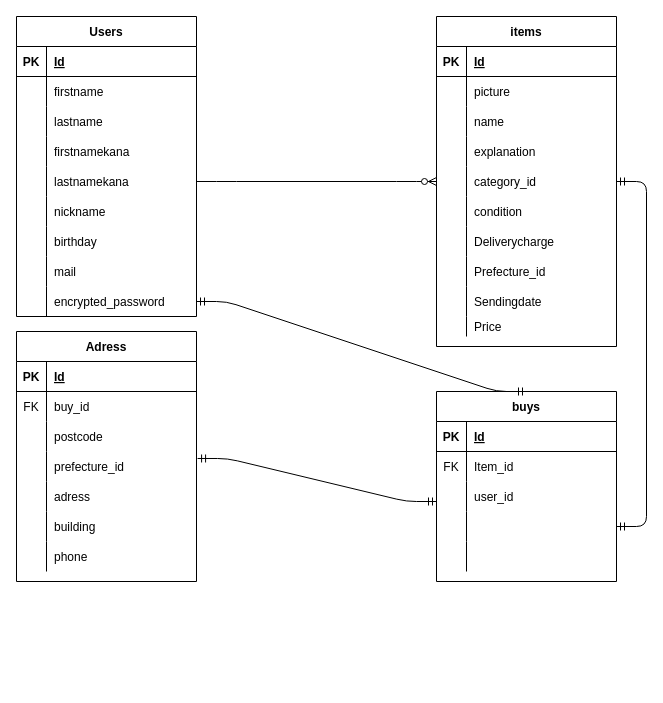
The draw.io diagram app/controllers/ER.dio in fuchaan/furima-38284, before the edit. Source tidied: cells renumbered, new cells numbered last; positions are measured from the earlier drawing's top-left corner, leaving out a move shared by most shapes. Both pictures are drawn from the tidied source at 100%, with x=0, y=0 at pixel (16, 16).
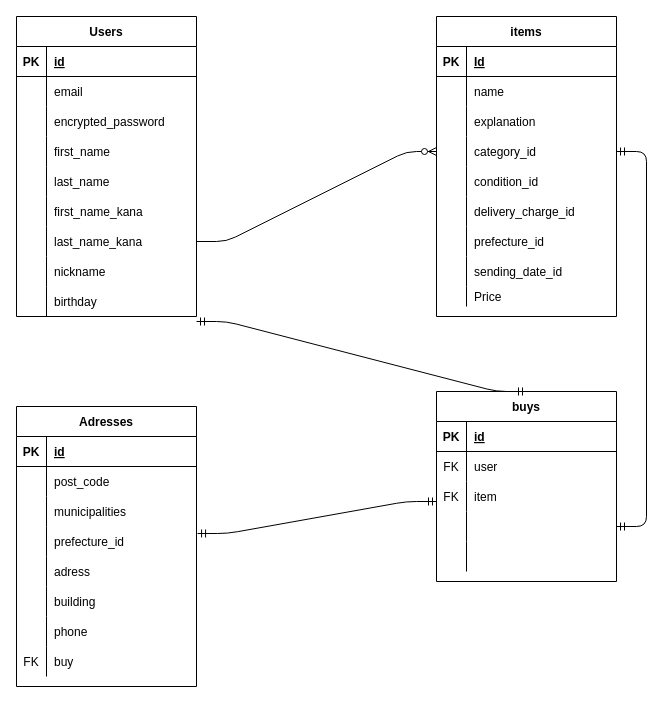
After the change.

Commit message (it also covers changes not shown here):
データベース修正その2

Unchanged cells that the change refers to:
```xml
<mxCell id="34" style="shape=partialRectangle;fillColor=none;top=0;left=0;bottom=1;right=0;" parent="33" vertex="1">
  <mxGeometry y="30" width="180" height="30" as="geometry" />
</mxCell>
<mxCell id="61" value="buys" style="shape=table;startSize=30;childLayout=tableLayout;rowLines=0;fontStyle=1;align=center;" parent="1" vertex="1">
  <mxGeometry x="420" y="375" width="180" height="190" as="geometry" />
</mxCell>
<mxCell id="62" style="shape=partialRectangle;fillColor=none;top=0;left=0;bottom=1;right=0;" parent="61" vertex="1">
  <mxGeometry y="30" width="180" height="30" as="geometry" />
</mxCell>
<mxCell id="65" style="shape=partialRectangle;fillColor=none;top=0;left=0;bottom=0;right=0;" parent="61" vertex="1">
  <mxGeometry y="60" width="180" height="30" as="geometry" />
</mxCell>
<mxCell id="68" style="shape=partialRectangle;fillColor=none;top=0;left=0;bottom=0;right=0;points=[[0,0.5],[1,0.5]];portConstraint=eastwest;" parent="61" vertex="1">
  <mxGeometry y="90" width="180" height="30" as="geometry" />
</mxCell>
<mxCell id="80" style="shape=partialRectangle;fillColor=none;top=0;left=0;bottom=1;right=0;" parent="79" vertex="1">
  <mxGeometry y="30" width="180" height="30" as="geometry" />
</mxCell>
```

Change to the diagram source:
```diff
@@
     <mxCell id="2" value="items" style="shape=table;startSize=30;childLayout=tableLayout;rowLines=0;fontStyle=1;align=center;" parent="1" vertex="1">
-      <mxGeometry x="420" width="180" height="330" as="geometry" />
+      <mxGeometry x="420" width="180" height="300" as="geometry" />
     </mxCell>
@@
-    <mxCell id="6" style="shape=partialRectangle;fillColor=none;top=0;left=0;bottom=0;right=0;" parent="2" vertex="1">
-      <mxGeometry y="60" width="180" height="30" as="geometry" />
-    </mxCell>
-    <mxCell id="7" style="shape=partialRectangle;fillColor=none;top=0;left=0;bottom=0;right=0;overflow=hidden;" parent="6" vertex="1">
-      <mxGeometry width="30" height="30" as="geometry" />
-    </mxCell>
-    <mxCell id="8" value="picture" style="shape=partialRectangle;fillColor=none;top=0;left=0;bottom=0;right=0;align=left;spacingLeft=6;overflow=hidden;" parent="6" vertex="1">
-      <mxGeometry x="30" width="150" height="30" as="geometry" />
-    </mxCell>
     <mxCell id="9" style="shape=partialRectangle;fillColor=none;top=0;left=0;bottom=0;right=0;" parent="2" vertex="1">
-      <mxGeometry y="90" width="180" height="30" as="geometry" />
+      <mxGeometry y="60" width="180" height="30" as="geometry" />
     </mxCell>
@@
     <mxCell id="12" style="shape=partialRectangle;fillColor=none;top=0;left=0;bottom=0;right=0;" parent="2" vertex="1">
-      <mxGeometry y="120" width="180" height="30" as="geometry" />
+      <mxGeometry y="90" width="180" height="30" as="geometry" />
     </mxCell>
@@
     <mxCell id="15" style="shape=partialRectangle;fillColor=none;top=0;left=0;bottom=0;right=0;points=[[0,0.5],[1,0.5]];portConstraint=eastwest;" parent="2" vertex="1">
-      <mxGeometry y="150" width="180" height="30" as="geometry" />
+      <mxGeometry y="120" width="180" height="30" as="geometry" />
     </mxCell>
@@
     <mxCell id="18" style="shape=partialRectangle;fillColor=none;top=0;left=0;bottom=0;right=0;" parent="2" vertex="1">
-      <mxGeometry y="180" width="180" height="30" as="geometry" />
+      <mxGeometry y="150" width="180" height="30" as="geometry" />
     </mxCell>
@@
-    <mxCell id="20" value="condition" style="shape=partialRectangle;fillColor=none;top=0;left=0;bottom=0;right=0;align=left;spacingLeft=6;overflow=hidden;" parent="18" vertex="1">
+    <mxCell id="20" value="condition_id" style="shape=partialRectangle;fillColor=none;top=0;left=0;bottom=0;right=0;align=left;spacingLeft=6;overflow=hidden;" parent="18" vertex="1">
       <mxGeometry x="30" width="150" height="30" as="geometry" />
     </mxCell>
     <mxCell id="21" style="shape=partialRectangle;fillColor=none;top=0;left=0;bottom=0;right=0;" parent="2" vertex="1">
-      <mxGeometry y="210" width="180" height="30" as="geometry" />
+      <mxGeometry y="180" width="180" height="30" as="geometry" />
     </mxCell>
@@
-    <mxCell id="23" value="Deliverycharge" style="shape=partialRectangle;fillColor=none;top=0;left=0;bottom=0;right=0;align=left;spacingLeft=6;overflow=hidden;" parent="21" vertex="1">
+    <mxCell id="23" value="delivery_charge_id" style="shape=partialRectangle;fillColor=none;top=0;left=0;bottom=0;right=0;align=left;spacingLeft=6;overflow=hidden;" parent="21" vertex="1">
       <mxGeometry x="30" width="150" height="30" as="geometry" />
     </mxCell>
     <mxCell id="24" style="shape=partialRectangle;fillColor=none;top=0;left=0;bottom=0;right=0;" parent="2" vertex="1">
-      <mxGeometry y="240" width="180" height="30" as="geometry" />
+      <mxGeometry y="210" width="180" height="30" as="geometry" />
     </mxCell>
@@
-    <mxCell id="26" value="Prefecture_id" style="shape=partialRectangle;fillColor=none;top=0;left=0;bottom=0;right=0;align=left;spacingLeft=6;overflow=hidden;" parent="24" vertex="1">
+    <mxCell id="26" value="prefecture_id" style="shape=partialRectangle;fillColor=none;top=0;left=0;bottom=0;right=0;align=left;spacingLeft=6;overflow=hidden;" parent="24" vertex="1">
       <mxGeometry x="30" width="150" height="30" as="geometry" />
     </mxCell>
     <mxCell id="27" style="shape=partialRectangle;fillColor=none;top=0;left=0;bottom=0;right=0;" parent="2" vertex="1">
-      <mxGeometry y="270" width="180" height="30" as="geometry" />
+      <mxGeometry y="240" width="180" height="30" as="geometry" />
     </mxCell>
@@
-    <mxCell id="29" value="Sendingdate" style="shape=partialRectangle;fillColor=none;top=0;left=0;bottom=0;right=0;align=left;spacingLeft=6;overflow=hidden;" parent="27" vertex="1">
+    <mxCell id="29" value="sending_date_id" style="shape=partialRectangle;fillColor=none;top=0;left=0;bottom=0;right=0;align=left;spacingLeft=6;overflow=hidden;" parent="27" vertex="1">
       <mxGeometry x="30" width="150" height="30" as="geometry" />
     </mxCell>
     <mxCell id="30" style="shape=partialRectangle;fillColor=none;top=0;left=0;bottom=0;right=0;" parent="2" vertex="1">
-      <mxGeometry y="300" width="180" height="20" as="geometry" />
+      <mxGeometry y="270" width="180" height="20" as="geometry" />
     </mxCell>
@@
-    <mxCell id="33" value="Users" style="shape=table;startSize=30;childLayout=tableLayout;rowLines=0;fontStyle=1;align=center;" parent="1" vertex="1">
+    <mxCell id="33" value="Users" style="shape=table;startSize=30;childLayout=tableLayout;rowLines=0;fontStyle=1;align=center;verticalAlign=middle;" parent="1" vertex="1">
       <mxGeometry width="180" height="300" as="geometry" />
     </mxCell>
@@
-    <mxCell id="36" value="Id" style="shape=partialRectangle;fillColor=none;top=0;left=0;bottom=0;right=0;align=left;spacingLeft=6;fontStyle=5;overflow=hidden;" parent="34" vertex="1">
+    <mxCell id="36" value="id" style="shape=partialRectangle;fillColor=none;top=0;left=0;bottom=0;right=0;align=left;spacingLeft=6;fontStyle=5;overflow=hidden;" parent="34" vertex="1">
       <mxGeometry x="30" width="150" height="30" as="geometry" />
     </mxCell>
+    <mxCell id="103" style="shape=partialRectangle;fillColor=none;top=0;left=0;bottom=0;right=0;" parent="33" vertex="1">
+      <mxGeometry y="60" width="180" height="30" as="geometry" />
+    </mxCell>
+    <mxCell id="104" style="shape=partialRectangle;fillColor=none;top=0;left=0;bottom=0;right=0;overflow=hidden;" parent="103" vertex="1">
+      <mxGeometry width="30" height="30" as="geometry" />
+    </mxCell>
+    <mxCell id="105" value="email" style="shape=partialRectangle;fillColor=none;top=0;left=0;bottom=0;right=0;align=left;spacingLeft=6;overflow=hidden;" parent="103" vertex="1">
+      <mxGeometry x="30" width="150" height="30" as="geometry" />
+    </mxCell>
+    <mxCell id="106" style="shape=partialRectangle;fillColor=none;top=0;left=0;bottom=0;right=0;" parent="33" vertex="1">
+      <mxGeometry y="90" width="180" height="30" as="geometry" />
+    </mxCell>
+    <mxCell id="107" style="shape=partialRectangle;fillColor=none;top=0;left=0;bottom=0;right=0;overflow=hidden;" parent="106" vertex="1">
+      <mxGeometry width="30" height="30" as="geometry" />
+    </mxCell>
+    <mxCell id="60" value="encrypted_password" style="shape=partialRectangle;fillColor=none;top=0;left=0;bottom=0;right=0;align=left;spacingLeft=6;overflow=hidden;" parent="106" vertex="1">
+      <mxGeometry x="30" width="150" height="30" as="geometry" />
+    </mxCell>
     <mxCell id="37" style="shape=partialRectangle;fillColor=none;top=0;left=0;bottom=0;right=0;" parent="33" vertex="1">
-      <mxGeometry y="60" width="180" height="30" as="geometry" />
+      <mxGeometry y="120" width="180" height="30" as="geometry" />
     </mxCell>
@@
-    <mxCell id="39" value="firstname" style="shape=partialRectangle;fillColor=none;top=0;left=0;bottom=0;right=0;align=left;spacingLeft=6;overflow=hidden;" parent="37" vertex="1">
+    <mxCell id="39" value="first_name" style="shape=partialRectangle;fillColor=none;top=0;left=0;bottom=0;right=0;align=left;spacingLeft=6;overflow=hidden;" parent="37" vertex="1">
       <mxGeometry x="30" width="150" height="30" as="geometry" />
     </mxCell>
     <mxCell id="40" style="shape=partialRectangle;fillColor=none;top=0;left=0;bottom=0;right=0;" parent="33" vertex="1">
-      <mxGeometry y="90" width="180" height="30" as="geometry" />
+      <mxGeometry y="150" width="180" height="30" as="geometry" />
     </mxCell>
@@
-    <mxCell id="42" value="lastname" style="shape=partialRectangle;fillColor=none;top=0;left=0;bottom=0;right=0;align=left;spacingLeft=6;overflow=hidden;" parent="40" vertex="1">
+    <mxCell id="42" value="last_name" style="shape=partialRectangle;fillColor=none;top=0;left=0;bottom=0;right=0;align=left;spacingLeft=6;overflow=hidden;" parent="40" vertex="1">
       <mxGeometry x="30" width="150" height="30" as="geometry" />
     </mxCell>
     <mxCell id="43" style="shape=partialRectangle;fillColor=none;top=0;left=0;bottom=0;right=0;" parent="33" vertex="1">
-      <mxGeometry y="120" width="180" height="30" as="geometry" />
+      <mxGeometry y="180" width="180" height="30" as="geometry" />
     </mxCell>
@@
-    <mxCell id="45" value="firstnamekana" style="shape=partialRectangle;fillColor=none;top=0;left=0;bottom=0;right=0;align=left;spacingLeft=6;overflow=hidden;" parent="43" vertex="1">
+    <mxCell id="45" value="first_name_kana" style="shape=partialRectangle;fillColor=none;top=0;left=0;bottom=0;right=0;align=left;spacingLeft=6;overflow=hidden;" parent="43" vertex="1">
       <mxGeometry x="30" width="150" height="30" as="geometry" />
     </mxCell>
     <mxCell id="46" style="shape=partialRectangle;fillColor=none;top=0;left=0;bottom=0;right=0;points=[[0,0.5],[1,0.5]];portConstraint=eastwest;" parent="33" vertex="1">
-      <mxGeometry y="150" width="180" height="30" as="geometry" />
+      <mxGeometry y="210" width="180" height="30" as="geometry" />
     </mxCell>
@@
-    <mxCell id="48" value="lastnamekana" style="shape=partialRectangle;fillColor=none;top=0;left=0;bottom=0;right=0;align=left;spacingLeft=6;overflow=hidden;" parent="46" vertex="1">
+    <mxCell id="48" value="last_name_kana" style="shape=partialRectangle;fillColor=none;top=0;left=0;bottom=0;right=0;align=left;spacingLeft=6;overflow=hidden;" parent="46" vertex="1">
       <mxGeometry x="30" width="150" height="30" as="geometry" />
     </mxCell>
     <mxCell id="49" style="shape=partialRectangle;fillColor=none;top=0;left=0;bottom=0;right=0;" parent="33" vertex="1">
-      <mxGeometry y="180" width="180" height="30" as="geometry" />
+      <mxGeometry y="240" width="180" height="30" as="geometry" />
     </mxCell>
@@
     <mxCell id="52" style="shape=partialRectangle;fillColor=none;top=0;left=0;bottom=0;right=0;" parent="33" vertex="1">
-      <mxGeometry y="210" width="180" height="30" as="geometry" />
+      <mxGeometry y="270" width="180" height="30" as="geometry" />
     </mxCell>
@@
-    <mxCell id="55" style="shape=partialRectangle;fillColor=none;top=0;left=0;bottom=0;right=0;" parent="33" vertex="1">
-      <mxGeometry y="240" width="180" height="30" as="geometry" />
-    </mxCell>
-    <mxCell id="56" style="shape=partialRectangle;fillColor=none;top=0;left=0;bottom=0;right=0;overflow=hidden;" parent="55" vertex="1">
-      <mxGeometry width="30" height="30" as="geometry" />
-    </mxCell>
-    <mxCell id="57" value="mail" style="shape=partialRectangle;fillColor=none;top=0;left=0;bottom=0;right=0;align=left;spacingLeft=6;overflow=hidden;" parent="55" vertex="1">
-      <mxGeometry x="30" width="150" height="30" as="geometry" />
-    </mxCell>
-    <mxCell id="58" style="shape=partialRectangle;fillColor=none;top=0;left=0;bottom=0;right=0;points=[[0,0.5],[1,0.5]];portConstraint=eastwest;" parent="33" vertex="1">
-      <mxGeometry y="270" width="180" height="30" as="geometry" />
-    </mxCell>
-    <mxCell id="59" style="shape=partialRectangle;fillColor=none;top=0;left=0;bottom=0;right=0;overflow=hidden;" parent="58" vertex="1">
-      <mxGeometry width="30" height="30" as="geometry" />
-    </mxCell>
-    <mxCell id="60" value="encrypted_password" style="shape=partialRectangle;fillColor=none;top=0;left=0;bottom=0;right=0;align=left;spacingLeft=6;overflow=hidden;" parent="58" vertex="1">
-      <mxGeometry x="30" width="150" height="30" as="geometry" />
-    </mxCell>
@@
-    <mxCell id="64" value="Id" style="shape=partialRectangle;fillColor=none;top=0;left=0;bottom=0;right=0;align=left;spacingLeft=6;fontStyle=5;overflow=hidden;" parent="62" vertex="1">
+    <mxCell id="64" value="id" style="shape=partialRectangle;fillColor=none;top=0;left=0;bottom=0;right=0;align=left;spacingLeft=6;fontStyle=5;overflow=hidden;" parent="62" vertex="1">
       <mxGeometry x="30" width="150" height="30" as="geometry" />
     </mxCell>
@@
-    <mxCell id="67" value="Item_id" style="shape=partialRectangle;fillColor=none;top=0;left=0;bottom=0;right=0;align=left;spacingLeft=6;overflow=hidden;" parent="65" vertex="1">
+    <mxCell id="67" value="user" style="shape=partialRectangle;fillColor=none;top=0;left=0;bottom=0;right=0;align=left;spacingLeft=6;overflow=hidden;" parent="65" vertex="1">
       <mxGeometry x="30" width="150" height="30" as="geometry" />
     </mxCell>
@@
-    <mxCell id="69" style="shape=partialRectangle;fillColor=none;top=0;left=0;bottom=0;right=0;overflow=hidden;" parent="68" vertex="1">
+    <mxCell id="69" value="FK" style="shape=partialRectangle;fillColor=none;top=0;left=0;bottom=0;right=0;overflow=hidden;" parent="68" vertex="1">
       <mxGeometry width="30" height="30" as="geometry" />
     </mxCell>
-    <mxCell id="70" value="user_id" style="shape=partialRectangle;fillColor=none;top=0;left=0;bottom=0;right=0;align=left;spacingLeft=6;overflow=hidden;" parent="68" vertex="1">
+    <mxCell id="70" value="item" style="shape=partialRectangle;fillColor=none;top=0;left=0;bottom=0;right=0;align=left;spacingLeft=6;overflow=hidden;" parent="68" vertex="1">
       <mxGeometry x="30" width="150" height="30" as="geometry" />
     </mxCell>
@@
-    <mxCell id="79" value="Adress" style="shape=table;startSize=30;childLayout=tableLayout;rowLines=0;fontStyle=1;align=center;" parent="1" vertex="1">
-      <mxGeometry y="315" width="180" height="250" as="geometry" />
+    <mxCell id="79" value="Adresses" style="shape=table;startSize=30;childLayout=tableLayout;rowLines=0;fontStyle=1;align=center;" parent="1" vertex="1">
+      <mxGeometry y="390" width="180" height="280" as="geometry" />
     </mxCell>
@@
-    <mxCell id="82" value="Id" style="shape=partialRectangle;fillColor=none;top=0;left=0;bottom=0;right=0;align=left;spacingLeft=6;fontStyle=5;overflow=hidden;" parent="80" vertex="1">
+    <mxCell id="82" value="id" style="shape=partialRectangle;fillColor=none;top=0;left=0;bottom=0;right=0;align=left;spacingLeft=6;fontStyle=5;overflow=hidden;" parent="80" vertex="1">
       <mxGeometry x="30" width="150" height="30" as="geometry" />
     </mxCell>
-    <mxCell id="83" style="shape=partialRectangle;fillColor=none;top=0;left=0;bottom=0;right=0;" parent="79" vertex="1">
-      <mxGeometry y="60" width="180" height="30" as="geometry" />
-    </mxCell>
-    <mxCell id="84" value="FK" style="shape=partialRectangle;fillColor=none;top=0;left=0;bottom=0;right=0;overflow=hidden;" parent="83" vertex="1">
-      <mxGeometry width="30" height="30" as="geometry" />
-    </mxCell>
-    <mxCell id="85" value="buy_id" style="shape=partialRectangle;fillColor=none;top=0;left=0;bottom=0;right=0;align=left;spacingLeft=6;overflow=hidden;" parent="83" vertex="1">
-      <mxGeometry x="30" width="150" height="30" as="geometry" />
-    </mxCell>
     <mxCell id="86" style="shape=partialRectangle;fillColor=none;top=0;left=0;bottom=0;right=0;" parent="79" vertex="1">
-      <mxGeometry y="90" width="180" height="30" as="geometry" />
+      <mxGeometry y="60" width="180" height="30" as="geometry" />
     </mxCell>
@@
-    <mxCell id="88" value="postcode" style="shape=partialRectangle;fillColor=none;top=0;left=0;bottom=0;right=0;align=left;spacingLeft=6;overflow=hidden;" parent="86" vertex="1">
+    <mxCell id="88" value="post_code" style="shape=partialRectangle;fillColor=none;top=0;left=0;bottom=0;right=0;align=left;spacingLeft=6;overflow=hidden;" parent="86" vertex="1">
       <mxGeometry x="30" width="150" height="30" as="geometry" />
     </mxCell>
+    <mxCell id="108" style="shape=partialRectangle;fillColor=none;top=0;left=0;bottom=0;right=0;" parent="79" vertex="1">
+      <mxGeometry y="90" width="180" height="30" as="geometry" />
+    </mxCell>
+    <mxCell id="109" style="shape=partialRectangle;fillColor=none;top=0;left=0;bottom=0;right=0;overflow=hidden;" parent="108" vertex="1">
+      <mxGeometry width="30" height="30" as="geometry" />
+    </mxCell>
+    <mxCell id="110" value="municipalities" style="shape=partialRectangle;fillColor=none;top=0;left=0;bottom=0;right=0;align=left;spacingLeft=6;overflow=hidden;" parent="108" vertex="1">
+      <mxGeometry x="30" width="150" height="30" as="geometry" />
+    </mxCell>
@@
+    <mxCell id="55" style="shape=partialRectangle;fillColor=none;top=0;left=0;bottom=0;right=0;" parent="79" vertex="1">
+      <mxGeometry y="240" width="180" height="30" as="geometry" />
+    </mxCell>
+    <mxCell id="84" value="FK" style="shape=partialRectangle;fillColor=none;top=0;left=0;bottom=0;right=0;overflow=hidden;" parent="55" vertex="1">
+      <mxGeometry width="30" height="30" as="geometry" />
+    </mxCell>
+    <mxCell id="111" value="buy" style="shape=partialRectangle;fillColor=none;top=0;left=0;bottom=0;right=0;align=left;spacingLeft=6;overflow=hidden;" parent="55" vertex="1">
+      <mxGeometry x="30" width="150" height="30" as="geometry" />
+    </mxCell>
@@
-    <mxCell id="102" style="edgeStyle=entityRelationEdgeStyle;fontSize=12;html=1;endArrow=ERmandOne;startArrow=ERmandOne;entryX=0.5;entryY=0;entryDx=0;entryDy=0;" parent="1" edge="1" source="58" target="61">
-      <mxGeometry relative="1" as="geometry" />
+    <mxCell id="102" style="edgeStyle=entityRelationEdgeStyle;fontSize=12;html=1;endArrow=ERmandOne;startArrow=ERmandOne;entryX=0.5;entryY=0;entryDx=0;entryDy=0;" parent="1" edge="1" target="61">
+      <mxGeometry relative="1" as="geometry">
+        <mxPoint x="180" y="305" as="sourcePoint" />
+      </mxGeometry>
     </mxCell>
```
